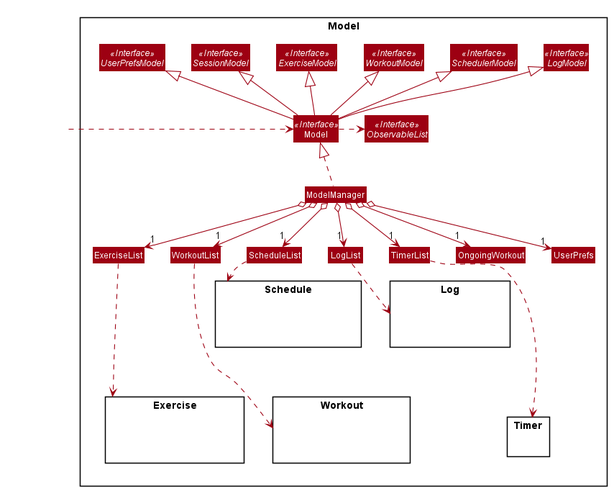
Earlier version of the PlantUML export images/developer-guide/common/ModelClassDiagram.png (alloystory/cs2103t_zerotoone).
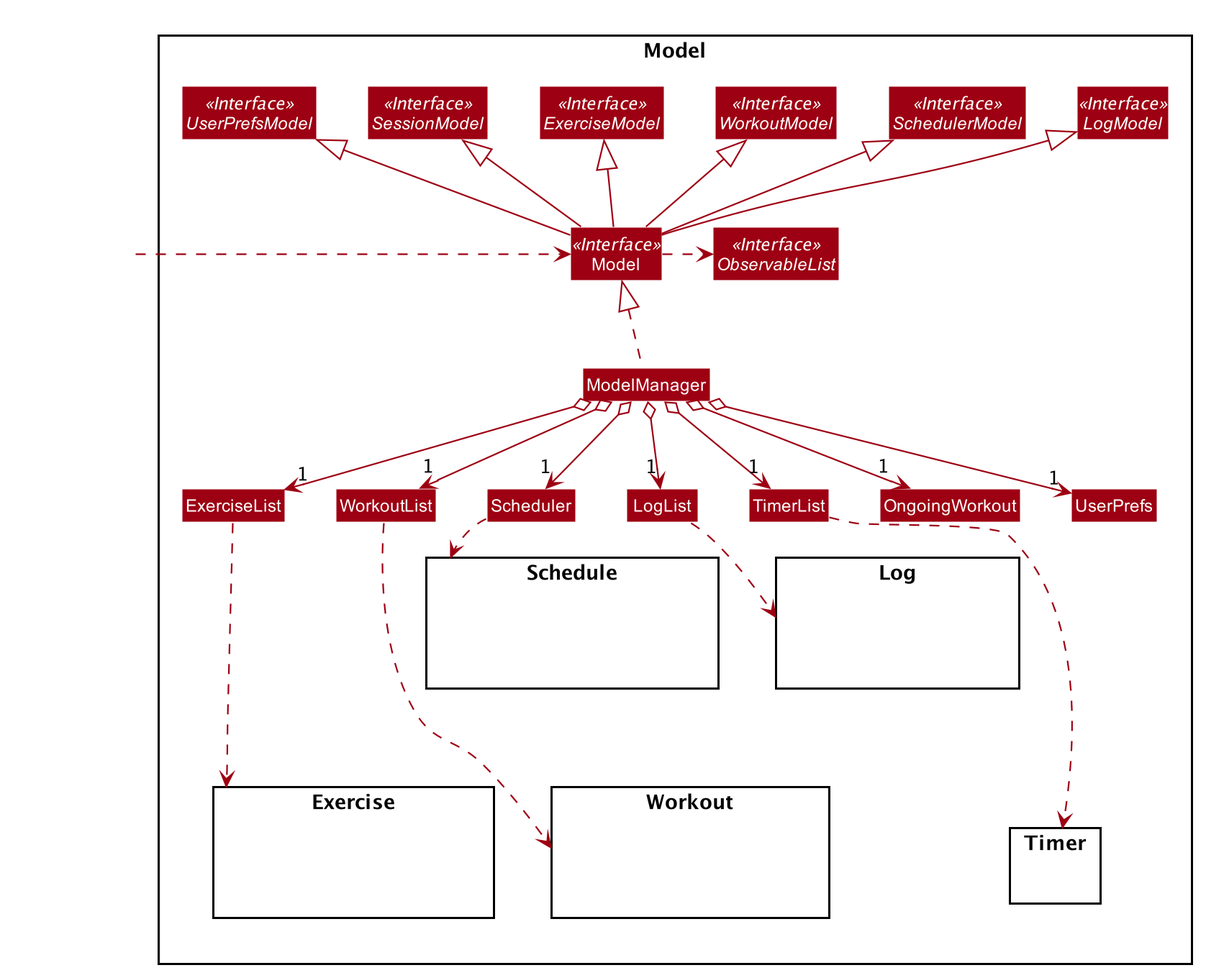
After the change.

Diff of the diagram source:
```diff
@@ -65,7 +65,7 @@
 
     Class ExerciseList
     Class WorkoutList
-    Class ScheduleList
+    Class Scheduler
     Class LogList
     Class TimerList
     Class OngoingWorkout
@@ -110,14 +110,14 @@
 ModelManager o--> "1" UserPrefs
 ModelManager o--> "1" ExerciseList
 ModelManager o--> "1" WorkoutList
-ModelManager o--> "1" ScheduleList
+ModelManager o--> "1" Scheduler
 ModelManager o--> "1" LogList
 ModelManager o--> "1" OngoingWorkout
 ModelManager o--> "1" TimerList
 
 ExerciseList ...down.> Exercise
 WorkoutList ...down.> Workout
-ScheduleList .down.> Schedule
+Scheduler .down.> Schedule
 LogList .down.> Log
 TimerList ...down.> Timer
 @enduml
```
